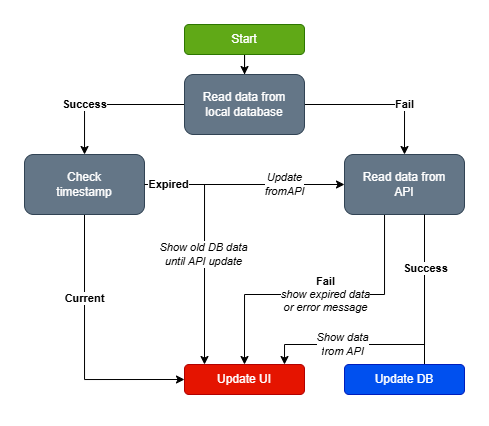
petr-vostinak/nba keeps this draw.io diagram as offline_first_diagram.png. Above is the earlier version. Source tidied: cells renumbered, new cells last; positions are measured from the earlier drawing's top-left corner, leaving out a move shared by most shapes. The source it was exported from:
```xml
<mxGraphModel>
  <root>
    <mxCell id="0" />
    <mxCell id="1" parent="0" />
    <mxCell id="2" style="edgeStyle=orthogonalEdgeStyle;rounded=0;jettySize=auto;html=1;" parent="1" edge="1" source="3" target="8">
      <mxGeometry relative="1" as="geometry" />
    </mxCell>
    <mxCell id="3" value="Start" style="rounded=1;whiteSpace=wrap;html=1;fillColor=#60a917;strokeColor=#2D7600;fontColor=#ffffff;" parent="1" vertex="1">
      <mxGeometry x="160" width="120" height="30" as="geometry" />
    </mxCell>
    <mxCell id="4" style="edgeStyle=orthogonalEdgeStyle;rounded=0;jettySize=auto;html=1;exitX=0;exitY=0.5;exitDx=0;exitDy=0;" parent="1" edge="1" source="8" target="13">
      <mxGeometry relative="1" as="geometry" />
    </mxCell>
    <mxCell id="5" value="&lt;b&gt;Success&lt;/b&gt;" style="edgeLabel;html=1;align=center;verticalAlign=middle;" parent="4" vertex="1">
      <mxGeometry x="-0.08" y="1" relative="1" as="geometry">
        <mxPoint x="-31" y="-1" as="offset" />
      </mxGeometry>
    </mxCell>
    <mxCell id="6" style="edgeStyle=orthogonalEdgeStyle;rounded=0;jettySize=auto;html=1;exitX=1;exitY=0.5;exitDx=0;exitDy=0;entryX=0.5;entryY=0;entryDx=0;entryDy=0;" parent="1" edge="1" source="8" target="17">
      <mxGeometry relative="1" as="geometry" />
    </mxCell>
    <mxCell id="7" value="&lt;b&gt;Fail&lt;/b&gt;" style="edgeLabel;html=1;align=center;verticalAlign=middle;" parent="6" vertex="1">
      <mxGeometry x="-0.11" relative="1" as="geometry">
        <mxPoint x="33" as="offset" />
      </mxGeometry>
    </mxCell>
    <mxCell id="8" value="Read data from&lt;br&gt;local database" style="rounded=1;whiteSpace=wrap;html=1;fillColor=#647687;fontColor=#ffffff;strokeColor=#314354;gradientColor=none;" parent="1" vertex="1">
      <mxGeometry x="160" y="50" width="120" height="60" as="geometry" />
    </mxCell>
    <mxCell id="9" style="edgeStyle=orthogonalEdgeStyle;rounded=0;jettySize=auto;html=1;exitX=1;exitY=0.5;exitDx=0;exitDy=0;entryX=0;entryY=0.5;entryDx=0;entryDy=0;" parent="1" edge="1" source="13" target="17">
      <mxGeometry relative="1" as="geometry" />
    </mxCell>
    <mxCell id="10" value="&lt;i&gt;Update&lt;span style=&quot;background-color: light-dark(#ffffff, var(--ge-dark-color, #121212)); color: light-dark(rgb(0, 0, 0), rgb(255, 255, 255));&quot;&gt;&lt;br&gt;fromAPI&lt;/span&gt;&lt;/i&gt;" style="edgeLabel;html=1;align=center;verticalAlign=middle;" parent="9" vertex="1">
      <mxGeometry x="-0.13" y="2" relative="1" as="geometry">
        <mxPoint x="53" y="2" as="offset" />
      </mxGeometry>
    </mxCell>
    <mxCell id="11" style="edgeStyle=orthogonalEdgeStyle;rounded=0;jettySize=auto;html=1;exitX=0.5;exitY=1;exitDx=0;exitDy=0;entryX=0;entryY=0.5;entryDx=0;entryDy=0;" parent="1" edge="1" source="13" target="18">
      <mxGeometry relative="1" as="geometry" />
    </mxCell>
    <mxCell id="12" value="&lt;b&gt;Current&lt;/b&gt;" style="edgeLabel;html=1;align=center;verticalAlign=middle;" parent="11" vertex="1">
      <mxGeometry x="-0.17" y="-1" relative="1" as="geometry">
        <mxPoint x="1" y="-27" as="offset" />
      </mxGeometry>
    </mxCell>
    <mxCell id="13" value="Check&lt;br&gt;timestamp" style="rounded=1;whiteSpace=wrap;html=1;fillColor=#647687;fontColor=#ffffff;strokeColor=#314354;" parent="1" vertex="1">
      <mxGeometry y="130" width="120" height="60" as="geometry" />
    </mxCell>
    <mxCell id="14" style="edgeStyle=orthogonalEdgeStyle;rounded=0;orthogonalLoop=1;jettySize=auto;html=1;" parent="1" edge="1">
      <mxGeometry relative="1" as="geometry">
        <mxPoint x="400" y="190" as="sourcePoint" />
        <mxPoint x="400" y="369" as="targetPoint" />
      </mxGeometry>
    </mxCell>
    <mxCell id="15" style="edgeStyle=orthogonalEdgeStyle;rounded=0;jettySize=auto;html=1;exitX=0.25;exitY=1;exitDx=0;exitDy=0;entryX=0.5;entryY=0;entryDx=0;entryDy=0;" parent="1" edge="1" target="18">
      <mxGeometry relative="1" as="geometry">
        <mxPoint x="360" y="190" as="sourcePoint" />
        <Array as="points">
          <mxPoint x="360" y="270" />
          <mxPoint x="220" y="270" />
        </Array>
      </mxGeometry>
    </mxCell>
    <mxCell id="16" value="&lt;b&gt;Fail&lt;/b&gt;&lt;br&gt;&lt;i&gt;show expired data&lt;br&gt;or error message&lt;/i&gt;" style="edgeLabel;html=1;align=center;verticalAlign=middle;" parent="15" vertex="1">
      <mxGeometry x="-0.04" relative="1" as="geometry" />
    </mxCell>
    <mxCell id="17" value="Read data from&lt;br&gt;API" style="rounded=1;whiteSpace=wrap;html=1;fillColor=#647687;fontColor=#ffffff;strokeColor=#314354;" parent="1" vertex="1">
      <mxGeometry x="320" y="130" width="120" height="60" as="geometry" />
    </mxCell>
    <mxCell id="18" value="Update UI" style="rounded=1;whiteSpace=wrap;html=1;fillColor=#e51400;fontColor=#ffffff;strokeColor=#B20000;" parent="1" vertex="1">
      <mxGeometry x="160" y="340" width="120" height="30" as="geometry" />
    </mxCell>
    <mxCell id="19" value="Update DB" style="rounded=1;whiteSpace=wrap;html=1;fillColor=#0050ef;fontColor=#ffffff;strokeColor=#001DBC;" parent="1" vertex="1">
      <mxGeometry x="320" y="340" width="120" height="30" as="geometry" />
    </mxCell>
    <mxCell id="20" style="edgeStyle=orthogonalEdgeStyle;rounded=0;jettySize=auto;html=1;exitX=1;exitY=0.5;exitDx=0;exitDy=0;" parent="1" edge="1" source="13">
      <mxGeometry relative="1" as="geometry">
        <mxPoint x="180" y="340" as="targetPoint" />
        <Array as="points">
          <mxPoint x="180" y="160" />
        </Array>
      </mxGeometry>
    </mxCell>
    <mxCell id="21" value="&lt;i&gt;Show old DB data&lt;br&gt;until API update&lt;/i&gt;" style="edgeLabel;html=1;align=center;verticalAlign=middle;" parent="20" vertex="1">
      <mxGeometry x="0.51" y="-1" relative="1" as="geometry">
        <mxPoint y="-51" as="offset" />
      </mxGeometry>
    </mxCell>
    <mxCell id="22" value="&lt;b&gt;Expired&lt;/b&gt;" style="edgeLabel;html=1;align=center;verticalAlign=middle;" parent="20" vertex="1">
      <mxGeometry x="-0.51" relative="1" as="geometry">
        <mxPoint x="-36" as="offset" />
      </mxGeometry>
    </mxCell>
    <mxCell id="23" style="edgeStyle=orthogonalEdgeStyle;rounded=0;orthogonalLoop=1;jettySize=auto;html=1;" parent="1" edge="1">
      <mxGeometry relative="1" as="geometry">
        <mxPoint x="400" y="190" as="sourcePoint" />
        <mxPoint x="260" y="340" as="targetPoint" />
        <Array as="points">
          <mxPoint x="400" y="320" />
          <mxPoint x="260" y="320" />
        </Array>
      </mxGeometry>
    </mxCell>
    <mxCell id="24" value="&lt;i&gt;Show data&lt;br&gt;f&lt;span style=&quot;background-color: light-dark(#ffffff, var(--ge-dark-color, #121212)); color: light-dark(rgb(0, 0, 0), rgb(255, 255, 255));&quot;&gt;rom API&lt;/span&gt;&lt;/i&gt;" style="edgeLabel;html=1;align=center;verticalAlign=middle;" parent="23" vertex="1">
      <mxGeometry x="0.19" y="4" relative="1" as="geometry">
        <mxPoint x="-40" y="-4" as="offset" />
      </mxGeometry>
    </mxCell>
    <mxCell id="25" value="&lt;b&gt;Success&lt;/b&gt;" style="edgeLabel;html=1;align=center;verticalAlign=middle;" parent="23" vertex="1">
      <mxGeometry x="-0.63" y="1" relative="1" as="geometry" />
    </mxCell>
  </root>
</mxGraphModel>
```
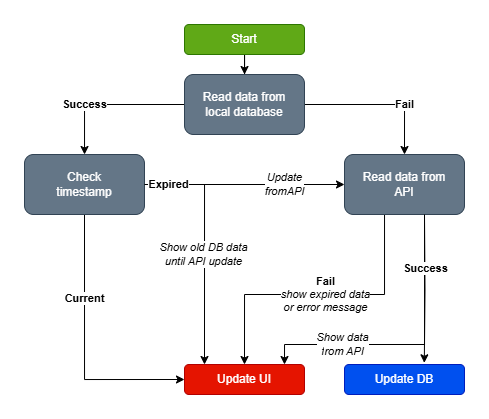
After the commit.

Commit message:
diagram's arrow fix

Change to the diagram source:
```diff
@@ -46,10 +46,9 @@
     <mxCell id="13" value="Check&lt;br&gt;timestamp" style="rounded=1;whiteSpace=wrap;html=1;fillColor=#647687;fontColor=#ffffff;strokeColor=#314354;" parent="1" vertex="1">
       <mxGeometry y="130" width="120" height="60" as="geometry" />
     </mxCell>
-    <mxCell id="14" style="edgeStyle=orthogonalEdgeStyle;rounded=0;orthogonalLoop=1;jettySize=auto;html=1;" parent="1" edge="1">
+    <mxCell id="14" style="edgeStyle=orthogonalEdgeStyle;rounded=0;jettySize=auto;html=1;entryX=0.665;entryY=-0.057;entryDx=0;entryDy=0;entryPerimeter=0;" parent="1" edge="1" target="19">
       <mxGeometry relative="1" as="geometry">
         <mxPoint x="400" y="190" as="sourcePoint" />
-        <mxPoint x="400" y="369" as="targetPoint" />
       </mxGeometry>
     </mxCell>
     <mxCell id="15" style="edgeStyle=orthogonalEdgeStyle;rounded=0;jettySize=auto;html=1;exitX=0.25;exitY=1;exitDx=0;exitDy=0;entryX=0.5;entryY=0;entryDx=0;entryDy=0;" parent="1" edge="1" target="18">
```
